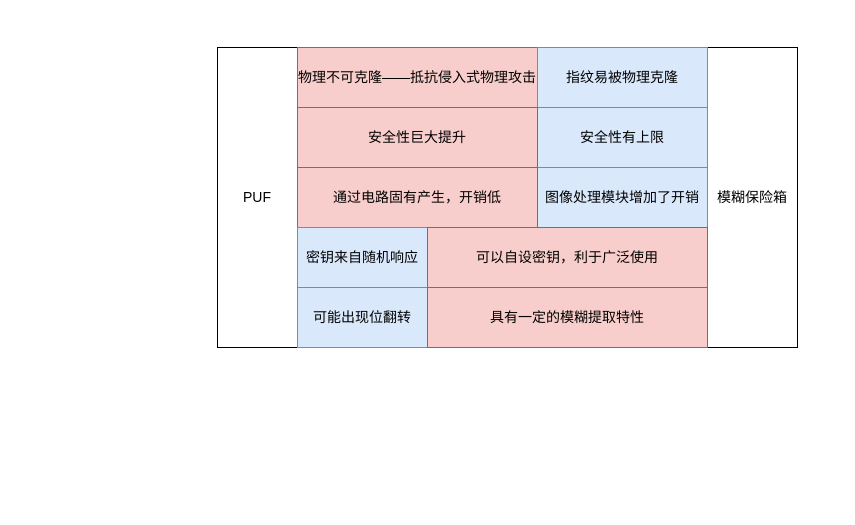
Above: 未命名绘图.drawio in vegetable-cock/drawio- (draw.io), before the change. Source tidied: cells renumbered, new cells numbered last; positions are measured from the earlier drawing's top-left corner, leaving out a move shared by most shapes. Both pictures are drawn from the tidied source at 100%, with x=0, y=0 at pixel (217, 47).
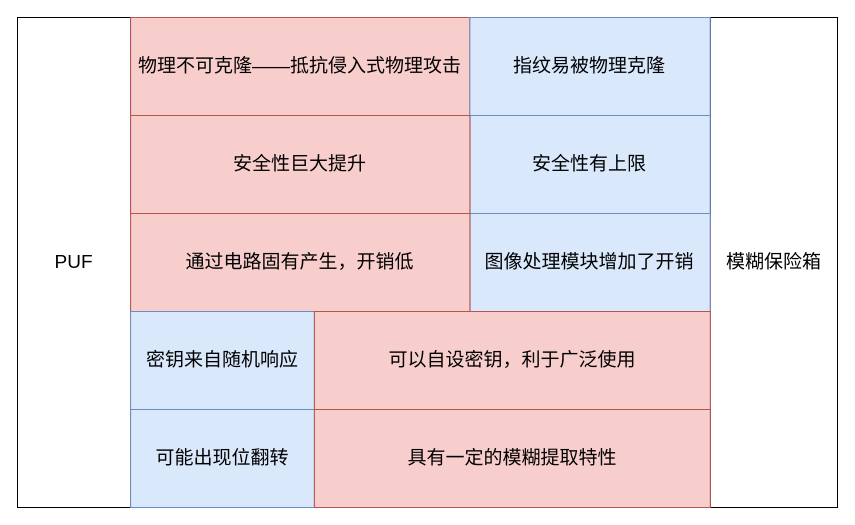
After the change.

Commit message:
PUF与模糊保险箱的优势互补

What changed in the source:
```diff
@@
 <mxGraphModel>
   <root>
     <mxCell id="0" />
     <mxCell id="1" parent="0" />
-    <mxCell id="2" value="PUF" style="rounded=0;whiteSpace=wrap;html=1;fontSize=14;" parent="1" vertex="1">
-      <mxGeometry width="80" height="300" as="geometry" />
+    <mxCell id="2" value="PUF" style="rounded=0;whiteSpace=wrap;html=1;fontSize=19;" parent="1" vertex="1">
+      <mxGeometry x="-200" y="-30" width="113.1" height="490" as="geometry" />
     </mxCell>
-    <mxCell id="3" value="模糊保险箱" style="rounded=0;whiteSpace=wrap;html=1;fontSize=14;" parent="1" vertex="1">
-      <mxGeometry x="490" width="90" height="300" as="geometry" />
+    <mxCell id="3" value="模糊保险箱" style="rounded=0;whiteSpace=wrap;html=1;fontSize=19;" parent="1" vertex="1">
+      <mxGeometry x="492.8" y="-30" width="127.2" height="490" as="geometry" />
     </mxCell>
-    <mxCell id="4" value="物理不可克隆——抵抗侵入式物理攻击" style="rounded=0;whiteSpace=wrap;html=1;fontSize=14;fillColor=#f8cecc;strokeColor=#b85450;" parent="1" vertex="1">
-      <mxGeometry x="80" width="240" height="60" as="geometry" />
+    <mxCell id="4" value="物理不可克隆——抵抗侵入式物理攻击" style="rounded=0;whiteSpace=wrap;html=1;fontSize=19;fillColor=#f8cecc;strokeColor=#b85450;" parent="1" vertex="1">
+      <mxGeometry x="-86.9" y="-30" width="339.3" height="98" as="geometry" />
     </mxCell>
-    <mxCell id="5" value="指纹易被物理克隆" style="rounded=0;whiteSpace=wrap;html=1;fontSize=14;fillColor=#dae8fc;strokeColor=#6c8ebf;" parent="1" vertex="1">
-      <mxGeometry x="320" width="170" height="60" as="geometry" />
+    <mxCell id="5" value="指纹易被物理克隆" style="rounded=0;whiteSpace=wrap;html=1;fontSize=19;fillColor=#dae8fc;strokeColor=#6c8ebf;" parent="1" vertex="1">
+      <mxGeometry x="252.4" y="-30" width="240.3" height="98" as="geometry" />
     </mxCell>
-    <mxCell id="6" style="group;fontSize=14;fillColor=#dae8fc;strokeColor=#6c8ebf;" parent="1" vertex="1">
-      <mxGeometry x="80" y="180" width="410" height="60" as="geometry" />
+    <mxCell id="6" style="group;fontSize=19;fillColor=#dae8fc;strokeColor=#6c8ebf;" parent="1" vertex="1">
+      <mxGeometry x="-86.9" y="264" width="579.7" height="98" as="geometry" />
     </mxCell>
-    <mxCell id="7" style="group;fontSize=14;fillColor=#f8cecc;strokeColor=#b85450;" parent="1" vertex="1">
-      <mxGeometry x="80" y="120" width="410" height="60" as="geometry" />
+    <mxCell id="7" style="group;fontSize=19;fillColor=#f8cecc;strokeColor=#b85450;" parent="1" vertex="1">
+      <mxGeometry x="-86.9" y="166" width="579.7" height="98" as="geometry" />
     </mxCell>
-    <mxCell id="8" value="安全性有上限" style="rounded=0;whiteSpace=wrap;html=1;fontSize=14;fillColor=#dae8fc;strokeColor=#6c8ebf;" parent="1" vertex="1">
-      <mxGeometry x="320" y="60" width="170" height="60" as="geometry" />
+    <mxCell id="8" value="安全性有上限" style="rounded=0;whiteSpace=wrap;html=1;fontSize=19;fillColor=#dae8fc;strokeColor=#6c8ebf;" parent="1" vertex="1">
+      <mxGeometry x="252.4" y="68" width="240.3" height="98" as="geometry" />
     </mxCell>
-    <mxCell id="9" value="安全性巨大提升" style="rounded=0;whiteSpace=wrap;html=1;fontSize=14;fillColor=#f8cecc;strokeColor=#b85450;" parent="1" vertex="1">
-      <mxGeometry x="80" y="60" width="240" height="60" as="geometry" />
+    <mxCell id="9" value="安全性巨大提升" style="rounded=0;whiteSpace=wrap;html=1;fontSize=19;fillColor=#f8cecc;strokeColor=#b85450;" parent="1" vertex="1">
+      <mxGeometry x="-86.9" y="68" width="339.3" height="98" as="geometry" />
     </mxCell>
-    <mxCell id="10" value="可能出现位翻转" style="rounded=0;whiteSpace=wrap;html=1;fontSize=14;fillColor=#dae8fc;strokeColor=#6c8ebf;" parent="1" vertex="1">
-      <mxGeometry x="80" y="240" width="130" height="60" as="geometry" />
+    <mxCell id="10" value="可能出现位翻转" style="rounded=0;whiteSpace=wrap;html=1;fontSize=19;fillColor=#dae8fc;strokeColor=#6c8ebf;" parent="1" vertex="1">
+      <mxGeometry x="-86.9" y="362" width="183.8" height="98" as="geometry" />
     </mxCell>
-    <mxCell id="11" value="具有一定的模糊提取特性" style="rounded=0;whiteSpace=wrap;html=1;fontSize=14;fillColor=#f8cecc;strokeColor=#b85450;" parent="1" vertex="1">
-      <mxGeometry x="210" y="240" width="280" height="60" as="geometry" />
+    <mxCell id="11" value="具有一定的模糊提取特性" style="rounded=0;whiteSpace=wrap;html=1;fontSize=19;fillColor=#f8cecc;strokeColor=#b85450;" parent="1" vertex="1">
+      <mxGeometry x="96.9" y="362" width="395.9" height="98" as="geometry" />
     </mxCell>
-    <mxCell id="12" value="图像处理模块增加了开销" style="rounded=0;whiteSpace=wrap;html=1;fontSize=14;fillColor=#dae8fc;strokeColor=#6c8ebf;" parent="1" vertex="1">
-      <mxGeometry x="320" y="120" width="170" height="60" as="geometry" />
+    <mxCell id="12" value="图像处理模块增加了开销" style="rounded=0;whiteSpace=wrap;html=1;fontSize=19;fillColor=#dae8fc;strokeColor=#6c8ebf;" parent="1" vertex="1">
+      <mxGeometry x="252.4" y="166" width="240.3" height="98" as="geometry" />
     </mxCell>
-    <mxCell id="13" value="通过电路固有产生，开销低" style="rounded=0;whiteSpace=wrap;html=1;fontSize=14;fillColor=#f8cecc;strokeColor=#b85450;" parent="1" vertex="1">
-      <mxGeometry x="80" y="120" width="240" height="60" as="geometry" />
+    <mxCell id="13" value="通过电路固有产生，开销低" style="rounded=0;whiteSpace=wrap;html=1;fontSize=19;fillColor=#f8cecc;strokeColor=#b85450;" parent="1" vertex="1">
+      <mxGeometry x="-86.9" y="166" width="339.3" height="98" as="geometry" />
     </mxCell>
-    <mxCell id="14" value="密钥来自随机响应" style="rounded=0;whiteSpace=wrap;html=1;fontSize=14;fillColor=#dae8fc;strokeColor=#6c8ebf;" parent="1" vertex="1">
-      <mxGeometry x="80" y="180" width="130" height="60" as="geometry" />
+    <mxCell id="14" value="密钥来自随机响应" style="rounded=0;whiteSpace=wrap;html=1;fontSize=19;fillColor=#dae8fc;strokeColor=#6c8ebf;" parent="1" vertex="1">
+      <mxGeometry x="-86.9" y="264" width="183.8" height="98" as="geometry" />
     </mxCell>
-    <mxCell id="15" value="可以自设密钥，利于广泛使用" style="rounded=0;whiteSpace=wrap;html=1;fontSize=14;fillColor=#f8cecc;strokeColor=#b85450;" parent="1" vertex="1">
-      <mxGeometry x="210" y="180" width="280" height="60" as="geometry" />
+    <mxCell id="15" value="可以自设密钥，利于广泛使用" style="rounded=0;whiteSpace=wrap;html=1;fontSize=19;fillColor=#f8cecc;strokeColor=#b85450;" parent="1" vertex="1">
+      <mxGeometry x="96.9" y="264" width="395.9" height="98" as="geometry" />
     </mxCell>
   </root>
 </mxGraphModel>
```
